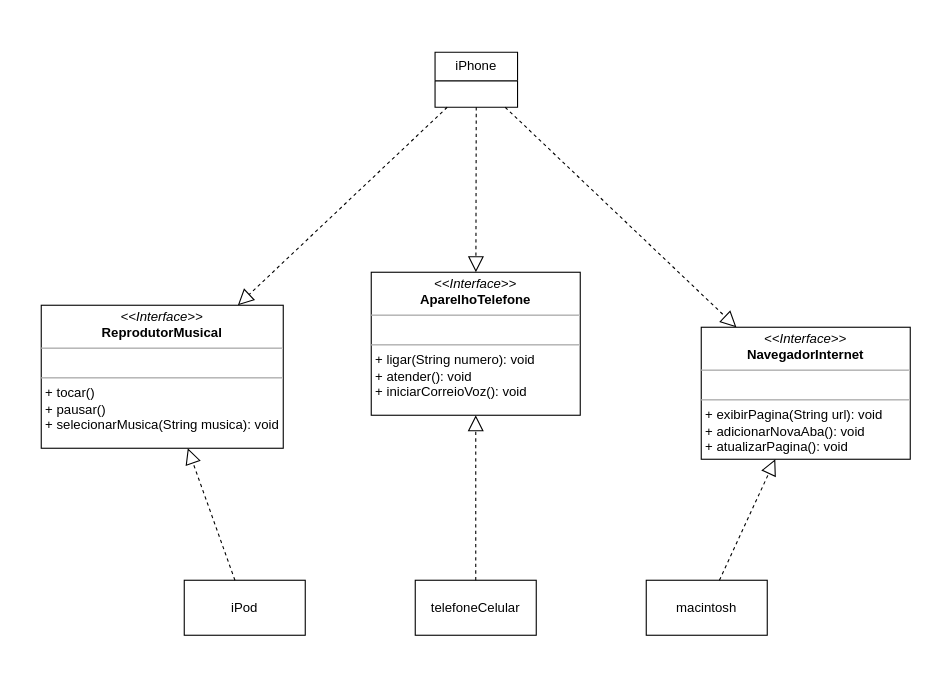
Earlier version of the draw.io diagram Diagrama-IPhone.drawio.xml (di-eug/Desafio-DIO-POO-UML). Source tidied: cells renumbered, new cells numbered last; positions are measured from the earlier drawing's top-left corner, leaving out a move shared by most shapes. Both pictures are drawn from the tidied source at 110%, with x=0, y=0 at pixel (41, 52).
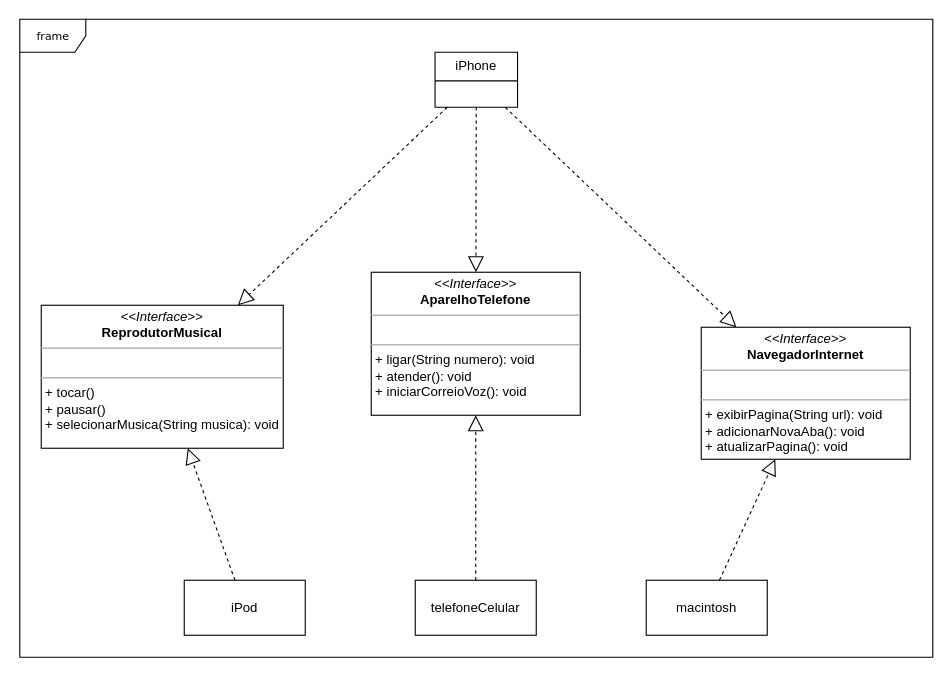
Above is the later version.

Diff of the diagram source:
```diff
@@
 <mxGraphModel>
   <root>
     <mxCell id="0" />
     <mxCell id="1" parent="0" />
     <mxCell id="2" value="&lt;p style=&quot;margin:0px;margin-top:4px;text-align:center;&quot;&gt;&lt;i&gt;&amp;lt;&amp;lt;Interface&amp;gt;&amp;gt;&lt;/i&gt;&lt;br&gt;&lt;b&gt;ReprodutorMusical&lt;/b&gt;&lt;/p&gt;&lt;hr size=&quot;1&quot;&gt;&lt;p style=&quot;margin:0px;margin-left:4px;&quot;&gt;&lt;br&gt;&lt;/p&gt;&lt;hr size=&quot;1&quot;&gt;&lt;p style=&quot;margin:0px;margin-left:4px;&quot;&gt;+ tocar()&lt;/p&gt;&lt;p style=&quot;margin:0px;margin-left:4px;&quot;&gt;+ pausar()&lt;/p&gt;&lt;p style=&quot;margin:0px;margin-left:4px;&quot;&gt;+ selecionarMusica(String musica): void&lt;/p&gt;" style="verticalAlign=top;align=left;overflow=fill;fontSize=12;fontFamily=Helvetica;html=1;rounded=0;shadow=0;comic=0;labelBackgroundColor=none;strokeWidth=1;" parent="1" vertex="1">
       <mxGeometry y="230" width="220" height="130" as="geometry" />
     </mxCell>
     <mxCell id="3" value="&lt;p style=&quot;margin:0px;margin-top:4px;text-align:center;&quot;&gt;&lt;i&gt;&amp;lt;&amp;lt;Interface&amp;gt;&amp;gt;&lt;/i&gt;&lt;br&gt;&lt;b&gt;AparelhoTelefone&lt;/b&gt;&lt;/p&gt;&lt;hr size=&quot;1&quot;&gt;&lt;p style=&quot;margin:0px;margin-left:4px;&quot;&gt;&lt;br&gt;&lt;/p&gt;&lt;hr size=&quot;1&quot;&gt;&lt;p style=&quot;margin:0px;margin-left:4px;&quot;&gt;+ ligar(String numero): void&lt;/p&gt;&lt;p style=&quot;margin:0px;margin-left:4px;&quot;&gt;+ atender(): void&lt;/p&gt;&lt;p style=&quot;margin:0px;margin-left:4px;&quot;&gt;+ iniciarCorreioVoz(): void&lt;/p&gt;" style="verticalAlign=top;align=left;overflow=fill;fontSize=12;fontFamily=Helvetica;html=1;rounded=0;shadow=0;comic=0;labelBackgroundColor=none;strokeWidth=1;" parent="1" vertex="1">
       <mxGeometry x="300" y="200" width="190" height="130" as="geometry" />
     </mxCell>
     <mxCell id="4" value="&lt;p style=&quot;margin:0px;margin-top:4px;text-align:center;&quot;&gt;&lt;i&gt;&amp;lt;&amp;lt;Interface&amp;gt;&amp;gt;&lt;/i&gt;&lt;br&gt;&lt;b&gt;NavegadorInternet&lt;/b&gt;&lt;/p&gt;&lt;hr size=&quot;1&quot;&gt;&lt;p style=&quot;margin:0px;margin-left:4px;&quot;&gt;&lt;br&gt;&lt;/p&gt;&lt;hr size=&quot;1&quot;&gt;&lt;p style=&quot;margin:0px;margin-left:4px;&quot;&gt;+ exibirPagina(String url): void&lt;/p&gt;&lt;p style=&quot;margin:0px;margin-left:4px;&quot;&gt;+ adicionarNovaAba(): void&lt;/p&gt;&lt;p style=&quot;margin:0px;margin-left:4px;&quot;&gt;+ atualizarPagina(): void&lt;/p&gt;&lt;p style=&quot;margin:0px;margin-left:4px;&quot;&gt;&lt;br&gt;&lt;/p&gt;&lt;p style=&quot;margin:0px;margin-left:4px;&quot;&gt;&lt;br&gt;&lt;/p&gt;" style="verticalAlign=top;align=left;overflow=fill;fontSize=12;fontFamily=Helvetica;html=1;rounded=0;shadow=0;comic=0;labelBackgroundColor=none;strokeWidth=1;" parent="1" vertex="1">
       <mxGeometry x="600" y="250" width="190" height="120" as="geometry" />
     </mxCell>
     <mxCell id="5" value="iPod" style="html=1;whiteSpace=wrap;" parent="1" vertex="1">
       <mxGeometry x="130" y="480" width="110" height="50" as="geometry" />
     </mxCell>
     <mxCell id="6" value="telefoneCelular" style="html=1;whiteSpace=wrap;" parent="1" vertex="1">
       <mxGeometry x="340" y="480" width="110" height="50" as="geometry" />
     </mxCell>
     <mxCell id="7" value="macintosh" style="html=1;whiteSpace=wrap;" parent="1" vertex="1">
       <mxGeometry x="550" y="480" width="110" height="50" as="geometry" />
     </mxCell>
     <mxCell id="8" style="endArrow=block;dashed=1;endFill=0;endSize=12;html=1;rounded=0;" parent="1" edge="1" source="5" target="2">
       <mxGeometry relative="1" as="geometry" />
     </mxCell>
     <mxCell id="9" style="endArrow=block;dashed=1;endFill=0;endSize=12;html=1;rounded=0;" parent="1" edge="1" source="6" target="3">
       <mxGeometry relative="1" as="geometry" />
     </mxCell>
     <mxCell id="10" style="endArrow=block;dashed=1;endFill=0;endSize=12;html=1;rounded=0;" parent="1" edge="1" source="7" target="4">
       <mxGeometry relative="1" as="geometry" />
     </mxCell>
     <mxCell id="11" style="endArrow=block;dashed=1;endFill=0;endSize=12;html=1;rounded=0;" parent="1" edge="1" source="14" target="2">
       <mxGeometry relative="1" as="geometry" />
     </mxCell>
     <mxCell id="12" style="endArrow=block;dashed=1;endFill=0;endSize=12;html=1;rounded=0;" parent="1" edge="1" source="14" target="3">
       <mxGeometry relative="1" as="geometry" />
     </mxCell>
     <mxCell id="13" style="endArrow=block;dashed=1;endFill=0;endSize=12;html=1;rounded=0;" parent="1" edge="1" source="14" target="4">
       <mxGeometry relative="1" as="geometry" />
     </mxCell>
     <mxCell id="14" value="iPhone" style="swimlane;fontStyle=0;horizontal=1;startSize=26;fillColor=none;whiteSpace=wrap;html=1;" parent="1" vertex="1">
       <mxGeometry x="358" width="75" height="50" as="geometry" />
     </mxCell>
+    <mxCell id="15" value="frame" style="shape=umlFrame;whiteSpace=wrap;html=1;rounded=0;shadow=0;comic=0;labelBackgroundColor=none;strokeWidth=1;fontFamily=Verdana;fontSize=10;align=center;" parent="1" vertex="1">
+      <mxGeometry x="-19.5" y="-30" width="830" height="580" as="geometry" />
+    </mxCell>
   </root>
 </mxGraphModel>
```
